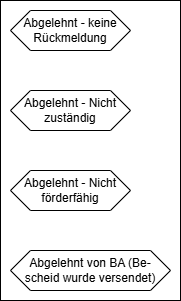
Before: docs/src/about/dataflow-diagram/Abgelehnt-state.png, a diagram exported from draw.io (it-at-m/stadtbezirksbudget). Source tidied: cells renumbered, new cells last; positions are measured from the earlier drawing's top-left corner, leaving out a move shared by most shapes. The source it was exported from:
```xml
<mxGraphModel>
  <root>
    <mxCell id="0" />
    <mxCell id="1" parent="0" />
    <mxCell id="2" value="Abgelehnt - keine&lt;div&gt;Rückmeldung&lt;/div&gt;" style="shape=hexagon;perimeter=hexagonPerimeter2;whiteSpace=wrap;html=1;fixedSize=1;" parent="1" vertex="1">
      <mxGeometry x="10" y="10" width="120" height="40" as="geometry" />
    </mxCell>
    <mxCell id="3" value="Abgelehnt - Nicht&lt;div&gt;zuständig&lt;/div&gt;" style="shape=hexagon;perimeter=hexagonPerimeter2;whiteSpace=wrap;html=1;fixedSize=1;" parent="1" vertex="1">
      <mxGeometry x="10" y="90" width="120" height="40" as="geometry" />
    </mxCell>
    <mxCell id="4" value="Abgelehnt - Nicht&lt;div&gt;förderfähig&lt;/div&gt;" style="shape=hexagon;perimeter=hexagonPerimeter2;whiteSpace=wrap;html=1;fixedSize=1;" parent="1" vertex="1">
      <mxGeometry x="10" y="170" width="120" height="40" as="geometry" />
    </mxCell>
    <mxCell id="5" value="Abgelehnt von BA&amp;nbsp;&lt;span style=&quot;background-color: transparent; color: light-dark(rgb(0, 0, 0), rgb(255, 255, 255));&quot;&gt;(Be-&lt;/span&gt;&lt;div&gt;&lt;span style=&quot;background-color: transparent; color: light-dark(rgb(0, 0, 0), rgb(255, 255, 255));&quot;&gt;scheid wurde versendet)&lt;/span&gt;&lt;/div&gt;" style="shape=hexagon;perimeter=hexagonPerimeter2;whiteSpace=wrap;html=1;fixedSize=1;" parent="1" vertex="1">
      <mxGeometry x="10" y="250" width="160" height="40" as="geometry" />
    </mxCell>
    <mxCell id="6" style="rounded=0;whiteSpace=wrap;html=1;fillColor=none;" parent="1" vertex="1">
      <mxGeometry width="180" height="300" as="geometry" />
    </mxCell>
  </root>
</mxGraphModel>
```
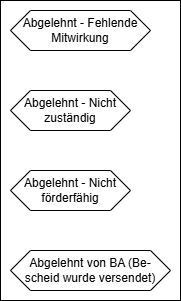
After the commit.

What changed in the source:
```diff
@@ -2,8 +2,8 @@
   <root>
     <mxCell id="0" />
     <mxCell id="1" parent="0" />
-    <mxCell id="2" value="Abgelehnt - keine&lt;div&gt;Rückmeldung&lt;/div&gt;" style="shape=hexagon;perimeter=hexagonPerimeter2;whiteSpace=wrap;html=1;fixedSize=1;" parent="1" vertex="1">
-      <mxGeometry x="10" y="10" width="120" height="40" as="geometry" />
+    <mxCell id="2" value="Abgelehnt - Fehlende Mitwirkung" style="shape=hexagon;perimeter=hexagonPerimeter2;whiteSpace=wrap;html=1;fixedSize=1;" parent="1" vertex="1">
+      <mxGeometry x="10" y="10" width="140" height="40" as="geometry" />
     </mxCell>
     <mxCell id="3" value="Abgelehnt - Nicht&lt;div&gt;zuständig&lt;/div&gt;" style="shape=hexagon;perimeter=hexagonPerimeter2;whiteSpace=wrap;html=1;fixedSize=1;" parent="1" vertex="1">
       <mxGeometry x="10" y="90" width="120" height="40" as="geometry" />
```
